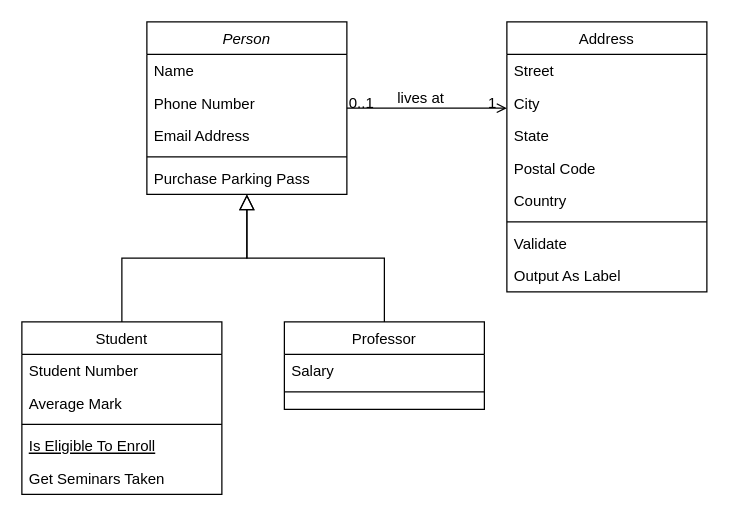
nduyenthuyen/BillPaymentService keeps this draw.io diagram as BillPaymentService.drawio. Above is the earlier version. Source tidied: cells renumbered, new cells numbered last; positions are measured from the earlier drawing's top-left corner, leaving out a move shared by most shapes. Both pictures are drawn from the tidied source at 125%, with x=0, y=0 at pixel (21, 21).
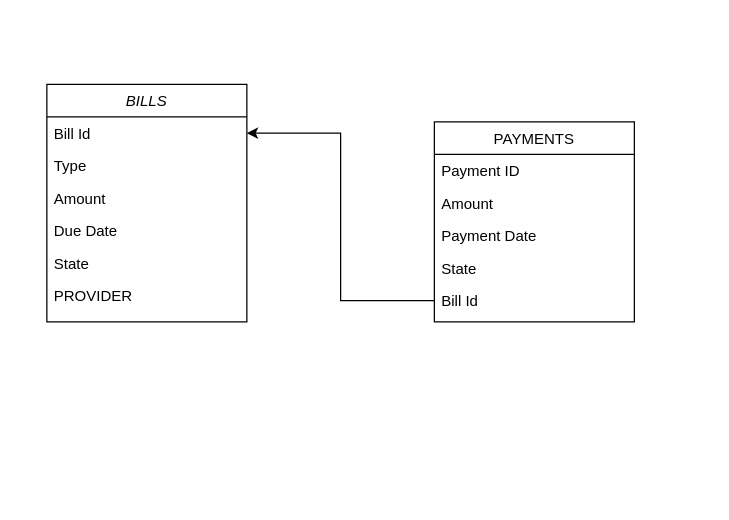
After the change.

Commit message:
Create database structure

Diff of the diagram source:
```diff
@@
-    <mxCell id="2" value="Person" style="swimlane;fontStyle=2;align=center;verticalAlign=top;horizontal=1;startSize=26;rounded=0;shadow=0;strokeWidth=1;" parent="1" vertex="1">
-      <mxGeometry x="100" width="160" height="138" as="geometry" />
+    <mxCell id="2" value="BILLS" style="swimlane;fontStyle=2;align=center;verticalAlign=top;horizontal=1;startSize=26;rounded=0;shadow=0;strokeWidth=1;" parent="1" vertex="1">
+      <mxGeometry x="20" y="50" width="160" height="190" as="geometry" />
     </mxCell>
-    <mxCell id="3" value="Name" style="text;align=left;verticalAlign=top;spacingLeft=4;spacingRight=4;overflow=hidden;points=[[0,0.5],[1,0.5]];portConstraint=eastwest;" parent="2" vertex="1">
+    <mxCell id="3" value="Bill Id" style="text;align=left;verticalAlign=top;spacingLeft=4;spacingRight=4;overflow=hidden;points=[[0,0.5],[1,0.5]];portConstraint=eastwest;" parent="2" vertex="1">
       <mxGeometry y="26" width="160" height="26" as="geometry" />
     </mxCell>
-    <mxCell id="4" value="Phone Number" style="text;align=left;verticalAlign=top;spacingLeft=4;spacingRight=4;overflow=hidden;rounded=0;shadow=0;html=0;" parent="2" vertex="1">
+    <mxCell id="4" value="Type" style="text;align=left;verticalAlign=top;spacingLeft=4;spacingRight=4;overflow=hidden;rounded=0;shadow=0;html=0;" parent="2" vertex="1">
       <mxGeometry y="52" width="160" height="26" as="geometry" />
     </mxCell>
-    <mxCell id="5" value="Email Address" style="text;align=left;verticalAlign=top;spacingLeft=4;spacingRight=4;overflow=hidden;rounded=0;shadow=0;html=0;" parent="2" vertex="1">
+    <mxCell id="5" value="Amount" style="text;align=left;verticalAlign=top;spacingLeft=4;spacingRight=4;overflow=hidden;rounded=0;shadow=0;html=0;" parent="2" vertex="1">
       <mxGeometry y="78" width="160" height="26" as="geometry" />
     </mxCell>
-    <mxCell id="6" style="line;html=1;strokeWidth=1;align=left;verticalAlign=middle;spacingTop=-1;spacingLeft=3;spacingRight=3;labelPosition=right;" parent="2" vertex="1">
-      <mxGeometry y="104" width="160" height="8" as="geometry" />
-    </mxCell>
-    <mxCell id="7" value="Purchase Parking Pass" style="text;align=left;verticalAlign=top;spacingLeft=4;spacingRight=4;overflow=hidden;" parent="2" vertex="1">
-      <mxGeometry y="112" width="160" height="26" as="geometry" />
-    </mxCell>
-    <mxCell id="8" value="Student" style="swimlane;fontStyle=0;align=center;verticalAlign=top;horizontal=1;startSize=26;rounded=0;shadow=0;strokeWidth=1;" parent="1" vertex="1">
-      <mxGeometry y="240" width="160" height="138" as="geometry" />
-    </mxCell>
-    <mxCell id="9" value="Student Number" style="text;align=left;verticalAlign=top;spacingLeft=4;spacingRight=4;overflow=hidden;" parent="8" vertex="1">
-      <mxGeometry y="26" width="160" height="26" as="geometry" />
-    </mxCell>
-    <mxCell id="10" value="Average Mark" style="text;align=left;verticalAlign=top;spacingLeft=4;spacingRight=4;overflow=hidden;rounded=0;shadow=0;html=0;" parent="8" vertex="1">
-      <mxGeometry y="52" width="160" height="26" as="geometry" />
-    </mxCell>
-    <mxCell id="11" style="line;html=1;strokeWidth=1;align=left;verticalAlign=middle;spacingTop=-1;spacingLeft=3;spacingRight=3;labelPosition=right;" parent="8" vertex="1">
-      <mxGeometry y="78" width="160" height="8" as="geometry" />
-    </mxCell>
-    <mxCell id="12" value="Is Eligible To Enroll" style="text;align=left;verticalAlign=top;spacingLeft=4;spacingRight=4;overflow=hidden;fontStyle=4;" parent="8" vertex="1">
-      <mxGeometry y="86" width="160" height="26" as="geometry" />
-    </mxCell>
-    <mxCell id="13" value="Get Seminars Taken" style="text;align=left;verticalAlign=top;spacingLeft=4;spacingRight=4;overflow=hidden;" parent="8" vertex="1">
-      <mxGeometry y="112" width="160" height="26" as="geometry" />
-    </mxCell>
-    <mxCell id="14" style="endArrow=block;endSize=10;endFill=0;shadow=0;strokeWidth=1;rounded=0;edgeStyle=elbowEdgeStyle;elbow=vertical;" parent="1" edge="1" source="8" target="2">
-      <mxGeometry relative="1" as="geometry" />
-    </mxCell>
-    <mxCell id="15" value="Professor" style="swimlane;fontStyle=0;align=center;verticalAlign=top;horizontal=1;startSize=26;rounded=0;shadow=0;strokeWidth=1;" parent="1" vertex="1">
-      <mxGeometry x="210" y="240" width="160" height="70" as="geometry" />
-    </mxCell>
-    <mxCell id="16" value="Salary" style="text;align=left;verticalAlign=top;spacingLeft=4;spacingRight=4;overflow=hidden;" parent="15" vertex="1">
-      <mxGeometry y="26" width="160" height="26" as="geometry" />
-    </mxCell>
-    <mxCell id="17" style="line;html=1;strokeWidth=1;align=left;verticalAlign=middle;spacingTop=-1;spacingLeft=3;spacingRight=3;labelPosition=right;" parent="15" vertex="1">
-      <mxGeometry y="52" width="160" height="8" as="geometry" />
-    </mxCell>
-    <mxCell id="18" style="endArrow=block;endSize=10;endFill=0;shadow=0;strokeWidth=1;rounded=0;edgeStyle=elbowEdgeStyle;elbow=vertical;" parent="1" edge="1" source="15" target="2">
-      <mxGeometry relative="1" as="geometry" />
-    </mxCell>
+    <mxCell id="32" value="Due Date" style="text;align=left;verticalAlign=top;spacingLeft=4;spacingRight=4;overflow=hidden;rounded=0;shadow=0;html=0;" parent="2" vertex="1">
+      <mxGeometry y="104" width="160" height="26" as="geometry" />
+    </mxCell>
+    <mxCell id="33" value="State" style="text;align=left;verticalAlign=top;spacingLeft=4;spacingRight=4;overflow=hidden;rounded=0;shadow=0;html=0;" parent="2" vertex="1">
+      <mxGeometry y="130" width="160" height="26" as="geometry" />
+    </mxCell>
+    <mxCell id="34" value="PROVIDER" style="text;align=left;verticalAlign=top;spacingLeft=4;spacingRight=4;overflow=hidden;rounded=0;shadow=0;html=0;" parent="2" vertex="1">
+      <mxGeometry y="156" width="160" height="26" as="geometry" />
+    </mxCell>
+    <mxCell id="35" style="edgeStyle=orthogonalEdgeStyle;rounded=0;jettySize=auto;html=1;" parent="1" edge="1" source="24" target="3">
+      <mxGeometry relative="1" as="geometry" />
+    </mxCell>
-    <mxCell id="19" value="Address" style="swimlane;fontStyle=0;align=center;verticalAlign=top;horizontal=1;startSize=26;rounded=0;shadow=0;strokeWidth=1;" parent="1" vertex="1">
-      <mxGeometry x="388" width="160" height="216" as="geometry" />
+    <mxCell id="19" value="PAYMENTS" style="swimlane;fontStyle=0;align=center;verticalAlign=top;horizontal=1;startSize=26;rounded=0;shadow=0;strokeWidth=1;" parent="1" vertex="1">
+      <mxGeometry x="330" y="80" width="160" height="160" as="geometry" />
     </mxCell>
-    <mxCell id="20" value="Street" style="text;align=left;verticalAlign=top;spacingLeft=4;spacingRight=4;overflow=hidden;" parent="19" vertex="1">
+    <mxCell id="20" value="Payment ID" style="text;align=left;verticalAlign=top;spacingLeft=4;spacingRight=4;overflow=hidden;" parent="19" vertex="1">
       <mxGeometry y="26" width="160" height="26" as="geometry" />
     </mxCell>
-    <mxCell id="21" value="City" style="text;align=left;verticalAlign=top;spacingLeft=4;spacingRight=4;overflow=hidden;rounded=0;shadow=0;html=0;" parent="19" vertex="1">
+    <mxCell id="21" value="Amount" style="text;align=left;verticalAlign=top;spacingLeft=4;spacingRight=4;overflow=hidden;rounded=0;shadow=0;html=0;" parent="19" vertex="1">
       <mxGeometry y="52" width="160" height="26" as="geometry" />
     </mxCell>
-    <mxCell id="22" value="State" style="text;align=left;verticalAlign=top;spacingLeft=4;spacingRight=4;overflow=hidden;rounded=0;shadow=0;html=0;" parent="19" vertex="1">
+    <mxCell id="22" value="Payment Date" style="text;align=left;verticalAlign=top;spacingLeft=4;spacingRight=4;overflow=hidden;rounded=0;shadow=0;html=0;" parent="19" vertex="1">
       <mxGeometry y="78" width="160" height="26" as="geometry" />
     </mxCell>
-    <mxCell id="23" value="Postal Code" style="text;align=left;verticalAlign=top;spacingLeft=4;spacingRight=4;overflow=hidden;rounded=0;shadow=0;html=0;" parent="19" vertex="1">
+    <mxCell id="23" value="State" style="text;align=left;verticalAlign=top;spacingLeft=4;spacingRight=4;overflow=hidden;rounded=0;shadow=0;html=0;" parent="19" vertex="1">
       <mxGeometry y="104" width="160" height="26" as="geometry" />
     </mxCell>
-    <mxCell id="24" value="Country" style="text;align=left;verticalAlign=top;spacingLeft=4;spacingRight=4;overflow=hidden;points=[[0,0.5],[1,0.5]];portConstraint=eastwest;rounded=0;shadow=0;html=0;" parent="19" vertex="1">
+    <mxCell id="24" value="Bill Id" style="text;align=left;verticalAlign=top;spacingLeft=4;spacingRight=4;overflow=hidden;points=[[0,0.5],[1,0.5]];portConstraint=eastwest;rounded=0;shadow=0;html=0;" parent="19" vertex="1">
       <mxGeometry y="130" width="160" height="26" as="geometry" />
     </mxCell>
-    <mxCell id="25" style="line;html=1;strokeWidth=1;align=left;verticalAlign=middle;spacingTop=-1;spacingLeft=3;spacingRight=3;labelPosition=right;" parent="19" vertex="1">
-      <mxGeometry y="156" width="160" height="8" as="geometry" />
-    </mxCell>
-    <mxCell id="26" value="Validate" style="text;align=left;verticalAlign=top;spacingLeft=4;spacingRight=4;overflow=hidden;" parent="19" vertex="1">
-      <mxGeometry y="164" width="160" height="26" as="geometry" />
-    </mxCell>
-    <mxCell id="27" value="Output As Label" style="text;align=left;verticalAlign=top;spacingLeft=4;spacingRight=4;overflow=hidden;" parent="19" vertex="1">
-      <mxGeometry y="190" width="160" height="26" as="geometry" />
-    </mxCell>
-    <mxCell id="28" style="endArrow=open;shadow=0;strokeWidth=1;rounded=0;endFill=1;edgeStyle=elbowEdgeStyle;elbow=vertical;" parent="1" edge="1" source="2" target="19">
-      <mxGeometry x="0.5" y="41" relative="1" as="geometry">
-        <mxPoint x="-40" y="32" as="offset" />
-      </mxGeometry>
-    </mxCell>
-    <mxCell id="29" value="0..1" style="align=left;verticalAlign=bottom;labelBackgroundColor=none;fontSize=12;" parent="28" vertex="1">
-      <mxGeometry x="-1" relative="1" as="geometry">
-        <mxPoint y="4" as="offset" />
-      </mxGeometry>
-    </mxCell>
-    <mxCell id="30" value="1" style="align=right;verticalAlign=bottom;labelBackgroundColor=none;fontSize=12;" parent="28" vertex="1">
-      <mxGeometry x="1" relative="1" as="geometry">
-        <mxPoint x="-7" y="4" as="offset" />
-      </mxGeometry>
-    </mxCell>
-    <mxCell id="31" value="lives at" style="text;html=1;align=center;verticalAlign=middle;labelBackgroundColor=none;rounded=0;shadow=0;strokeWidth=1;fontSize=12;" parent="28" vertex="1">
-      <mxGeometry x="0.5" y="49" relative="1" as="geometry">
-        <mxPoint x="-38" y="40" as="offset" />
-      </mxGeometry>
-    </mxCell>
```
